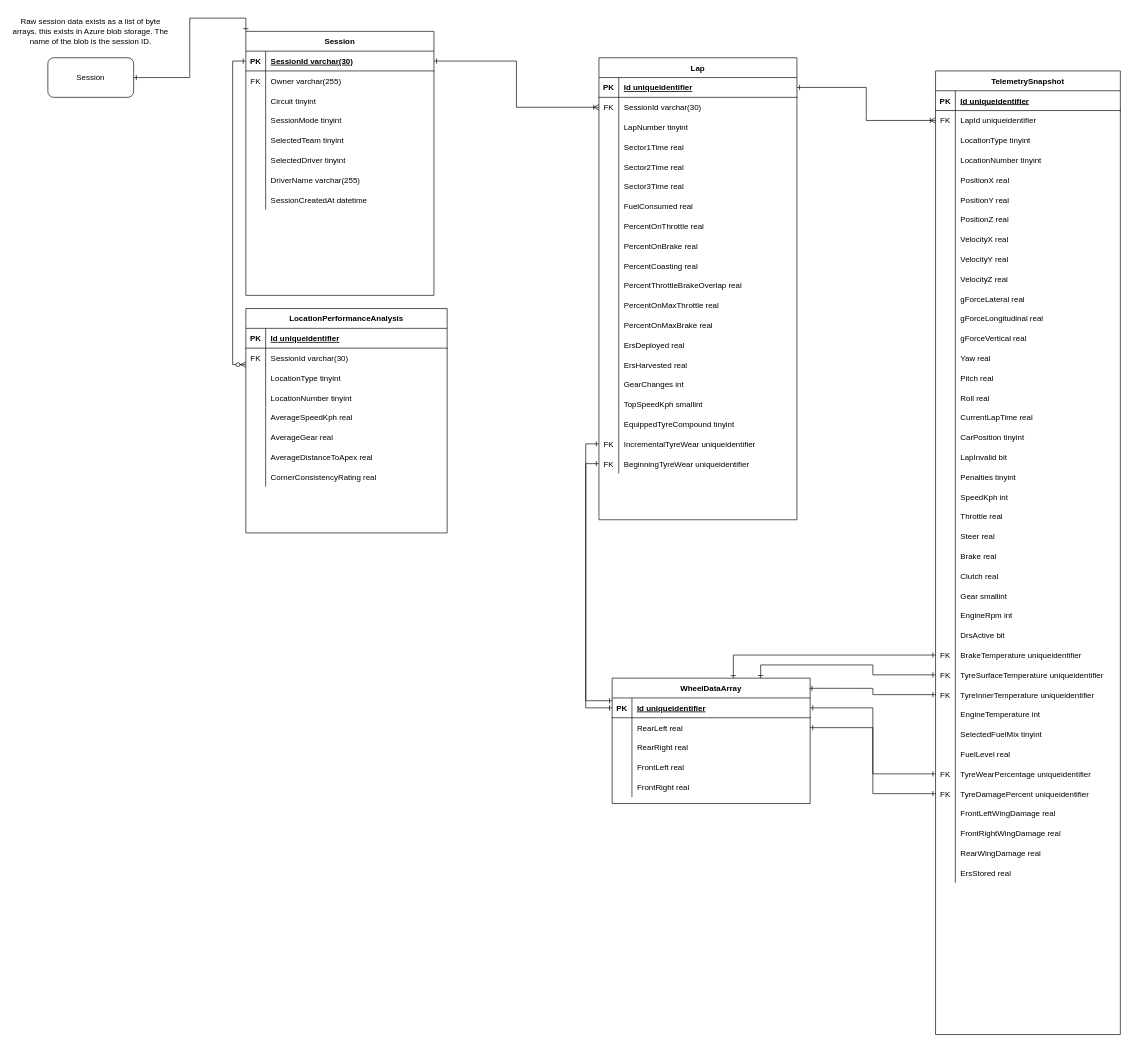
Before: page "Sessions" (1 of 2) of Cloud Storage Maps/ApexVisualSqlErd.drawio in TimHanewich/ApexVisual.F1_2020, a draw.io diagram. Source tidied: cells renumbered, new cells numbered last; positions are measured from the earlier drawing's top-left corner, leaving out a move shared by most shapes. Both pictures are drawn from the tidied source at 66%, with x=0, y=0 at pixel (11, 11).
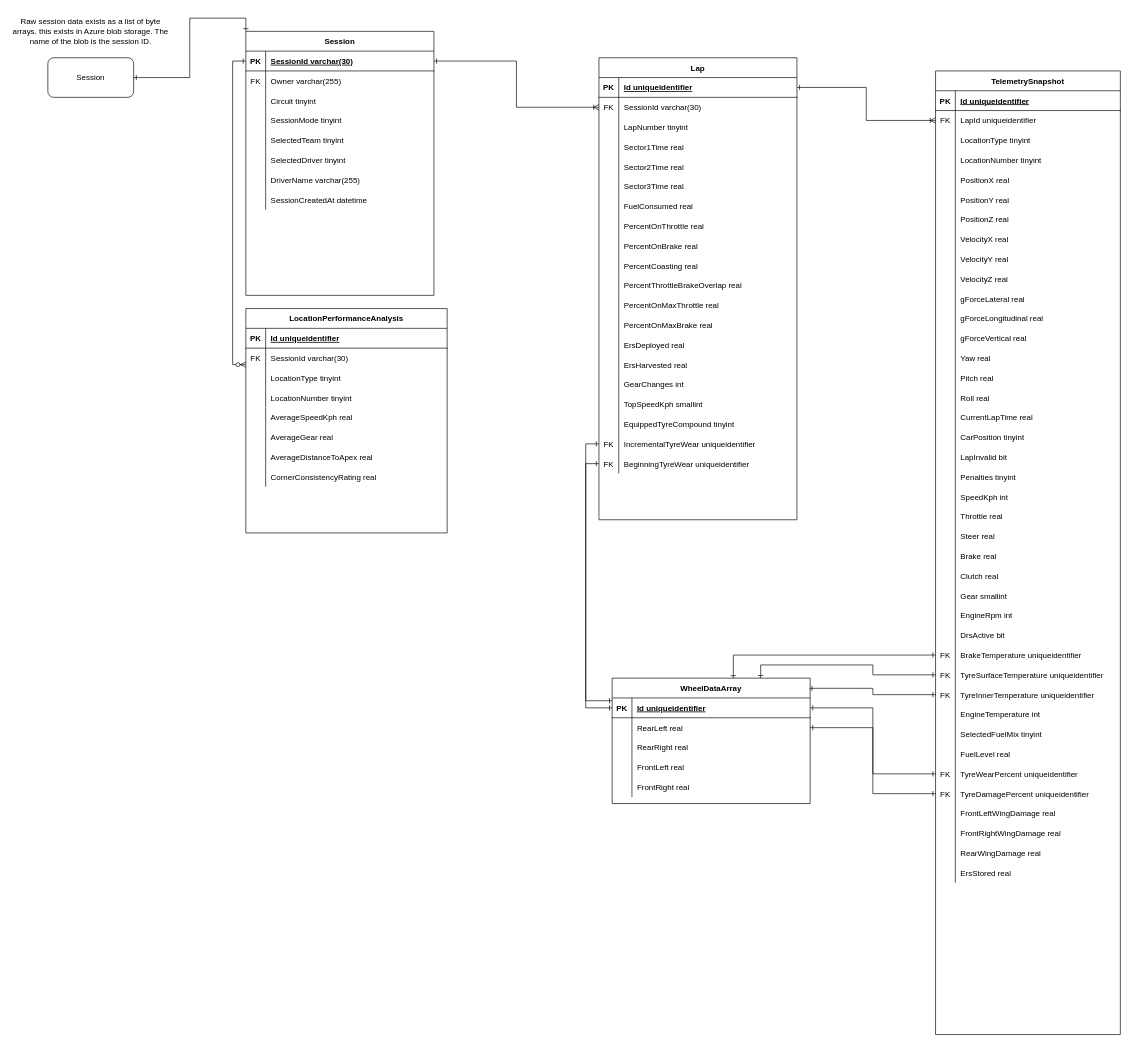
After the change.

Commit message:
Updated ERD to reflect change in sql column name

The change refers to these unchanged cells:
```xml
<mxCell id="105" style="shape=partialRectangle;fillColor=none;top=0;left=0;bottom=0;right=0;points=[[0,0.5],[1,0.5]];portConstraint=eastwest;" parent="2" vertex="1">
  <mxGeometry y="1050" width="280" height="30" as="geometry" />
</mxCell>
```

The edit, as a diff of the source:
```diff
@@
-    <mxCell id="107" value="TyreWearPercentage uniqueidentifier" style="shape=partialRectangle;fillColor=none;top=0;left=0;bottom=0;right=0;align=left;spacingLeft=6;overflow=hidden;" parent="105" vertex="1">
+    <mxCell id="107" value="TyreWearPercent uniqueidentifier" style="shape=partialRectangle;fillColor=none;top=0;left=0;bottom=0;right=0;align=left;spacingLeft=6;overflow=hidden;" parent="105" vertex="1">
       <mxGeometry x="30" width="250" height="30" as="geometry" />
     </mxCell>
```
